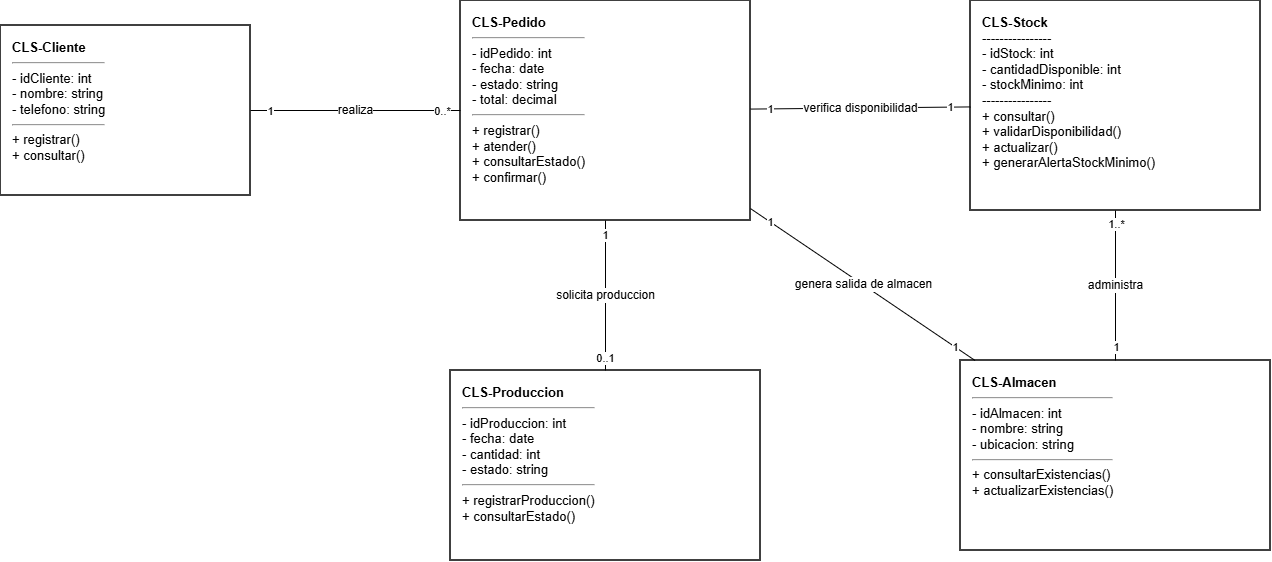
Earlier version of the draw.io export modelos/tema7/clases.png (NatalyDiaz11/LABORATORIO_07_PROYECTO_INTEGRADOR). Source tidied: cells renumbered, new cells last; positions are measured from the earlier drawing's top-left corner, leaving out a move shared by most shapes.
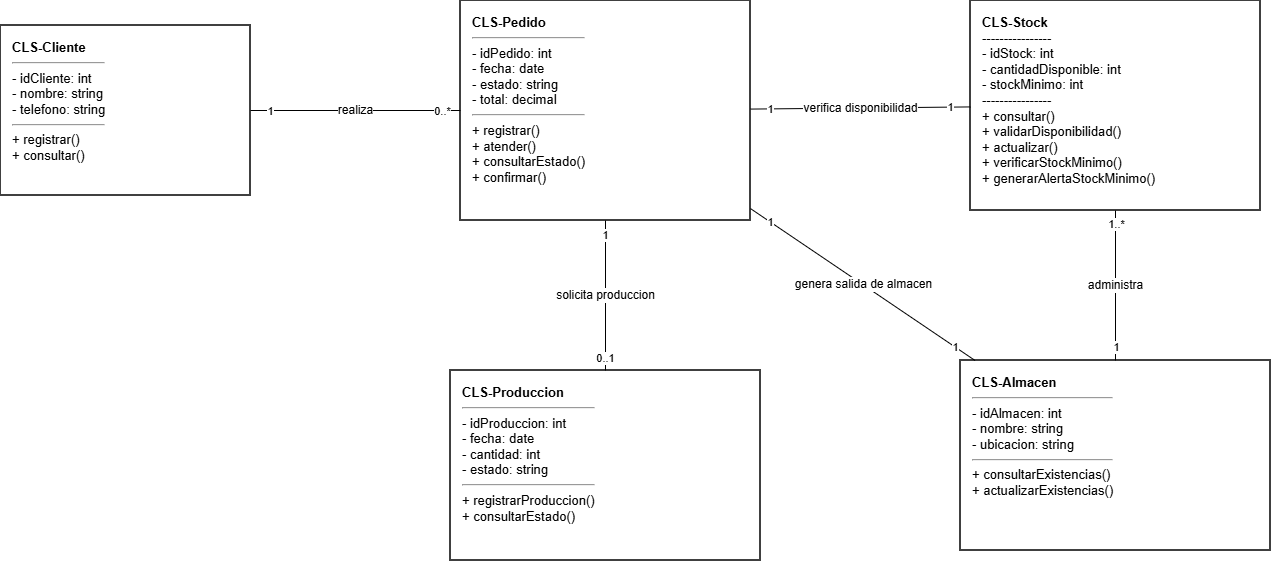
The same file after the commit.

Commit message:
CR-001: precisa validacion de stock minimo en CLS-Stock

Change to the diagram source:
```diff
@@ -8,7 +8,7 @@
     <mxCell id="3" value="&lt;b&gt;CLS-Pedido&lt;/b&gt;&lt;hr&gt;- idPedido: int&lt;br&gt;- fecha: date&lt;br&gt;- estado: string&lt;br&gt;- total: decimal&lt;hr&gt;+ registrar()&lt;br&gt;+ atender()&lt;br&gt;+ consultarEstado()&lt;br&gt;+ confirmar()" style="rounded=0;whiteSpace=wrap;html=1;align=left;verticalAlign=top;spacingTop=8;spacingLeft=10;fontSize=13;strokeWidth=1.5;" parent="1" vertex="1">
       <mxGeometry x="460" width="290" height="220" as="geometry" />
     </mxCell>
-    <mxCell id="4" value="&lt;div&gt;&lt;b&gt;CLS-Stock&lt;/b&gt;&lt;/div&gt;&lt;div&gt;----------------&lt;/div&gt;&lt;div&gt;- idStock: int&lt;/div&gt;&lt;div&gt;- cantidadDisponible: int&lt;/div&gt;&lt;div&gt;- stockMinimo: int&lt;/div&gt;&lt;div&gt;----------------&lt;/div&gt;&lt;div&gt;+ consultar()&lt;/div&gt;&lt;div&gt;+ validarDisponibilidad()&lt;/div&gt;&lt;div&gt;+ actualizar()&lt;/div&gt;&lt;div&gt;+ generarAlertaStockMinimo()&lt;/div&gt;" style="rounded=0;whiteSpace=wrap;html=1;align=left;verticalAlign=top;spacingTop=8;spacingLeft=10;fontSize=13;strokeWidth=1.5;" parent="1" vertex="1">
+    <mxCell id="4" value="&lt;div&gt;&lt;b&gt;CLS-Stock&lt;/b&gt;&lt;/div&gt;&lt;div&gt;----------------&lt;/div&gt;&lt;div&gt;- idStock: int&lt;/div&gt;&lt;div&gt;- cantidadDisponible: int&lt;/div&gt;&lt;div&gt;- stockMinimo: int&lt;/div&gt;&lt;div&gt;----------------&lt;/div&gt;&lt;div&gt;+ consultar()&lt;/div&gt;&lt;div&gt;+ validarDisponibilidad()&lt;/div&gt;&lt;div&gt;+ actualizar()&lt;/div&gt;&lt;div&gt;+ verificarStockMinimo()&lt;/div&gt;&lt;div&gt;+ generarAlertaStockMinimo()&lt;/div&gt;" style="rounded=0;whiteSpace=wrap;html=1;align=left;verticalAlign=top;spacingTop=8;spacingLeft=10;fontSize=13;strokeWidth=1.5;" parent="1" vertex="1">
       <mxGeometry x="970" width="290" height="210" as="geometry" />
     </mxCell>
     <mxCell id="5" value="&lt;b&gt;CLS-Produccion&lt;/b&gt;&lt;hr&gt;- idProduccion: int&lt;br&gt;- fecha: date&lt;br&gt;- cantidad: int&lt;br&gt;- estado: string&lt;hr&gt;+ registrarProduccion()&lt;br&gt;+ consultarEstado()" style="rounded=0;whiteSpace=wrap;html=1;align=left;verticalAlign=top;spacingTop=8;spacingLeft=10;fontSize=13;strokeWidth=1.5;" parent="1" vertex="1">
```
